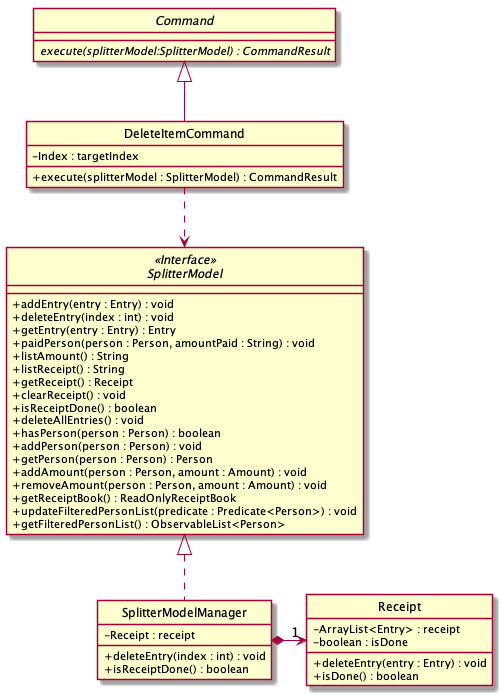
The PlantUML diagram images/ExpenseSplitterDeleteItemCommandClassDiagram.png in AY1920S2-CS2103T-W13-1/main, before a commit.
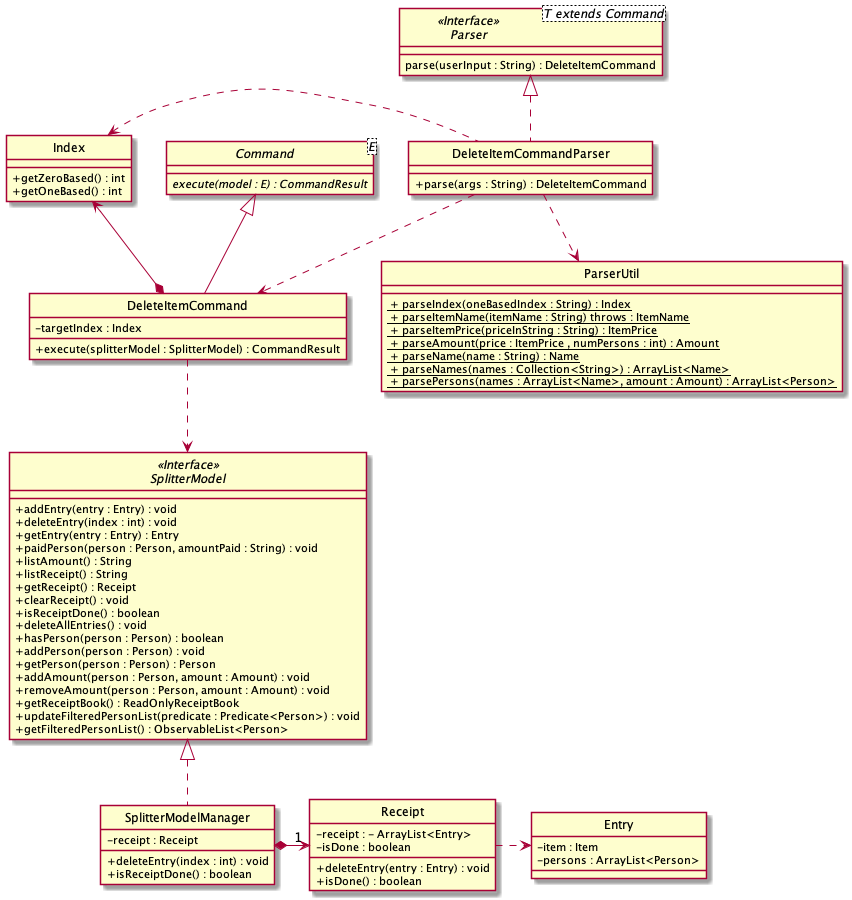
The same diagram one commit later.

Diff of the diagram source:
```diff
@@ -5,12 +5,20 @@
 hide circle
 
 
-abstract class Command {
-    {abstract} execute(splitterModel:SplitterModel) : CommandResult
+abstract class Command<E> {
+    {abstract} execute(model : E) : CommandResult
+}
+
+class DeleteItemCommandParser implements Parser {
+    + parse(args : String) : DeleteItemCommand
+}
+
+interface Parser<T extends Command> <<Interface>> {
+    parse(userInput : String) : DeleteItemCommand
 }
 
 class DeleteItemCommand extends Command {
-    - Index : targetIndex
+    - targetIndex : Index
 
     + execute(splitterModel : SplitterModel) : CommandResult
 }
@@ -36,24 +44,48 @@
     + getFilteredPersonList() : ObservableList<Person>
 }
 
+class ParserUtil {
+    <u> + parseIndex(oneBasedIndex : String) : Index
+    <u> + parseItemName(itemName : String) throws : ItemName
+    <u> + parseItemPrice(priceInString : String) : ItemPrice
+    <u> + parseAmount(price : ItemPrice , numPersons : int) : Amount
+    <u> + parseName(name : String) : Name
+    <u> + parseNames(names : Collection<String>) : ArrayList<Name>
+    <u> + parsePersons(names : ArrayList<Name>, amount : Amount) : ArrayList<Person>
+}
+
+class Index {
+    + getZeroBased() : int
+    + getOneBased() : int
+}
 
 class SplitterModelManager implements SplitterModel {
-    - Receipt : receipt
+    - receipt : Receipt
 
     + deleteEntry(index : int) : void
     + isReceiptDone() : boolean
 }
 
 class Receipt {
-    - ArrayList<Entry> : receipt
-    - boolean : isDone
+    - receipt : - ArrayList<Entry>
+    - isDone : boolean
 
     + deleteEntry(entry : Entry) : void
     + isDone() : boolean
 }
 
+class Entry {
+    - item : Item
+    - persons : ArrayList<Person>
+}
+
 DeleteItemCommand ..> SplitterModel
+DeleteItemCommand *--> Index
+DeleteItemCommandParser .left.> Index
+DeleteItemCommandParser ..> DeleteItemCommand
+DeleteItemCommandParser ..> ParserUtil
 SplitterModelManager *-right->"1" Receipt
+Receipt .right.> Entry
 
 
 @enduml
```
